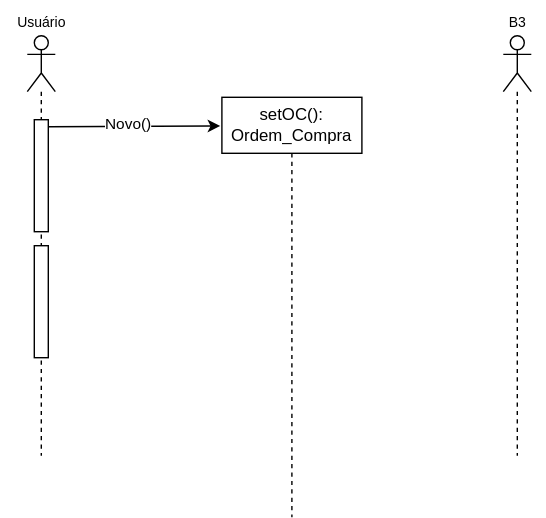
Above: CSCaso5.drawio.svg in JesCat16/Projeto01_Modelagem_De_Software (draw.io), before the change. Source tidied: cells renumbered, new cells last; positions are measured from the earlier drawing's top-left corner, leaving out a move shared by most shapes.
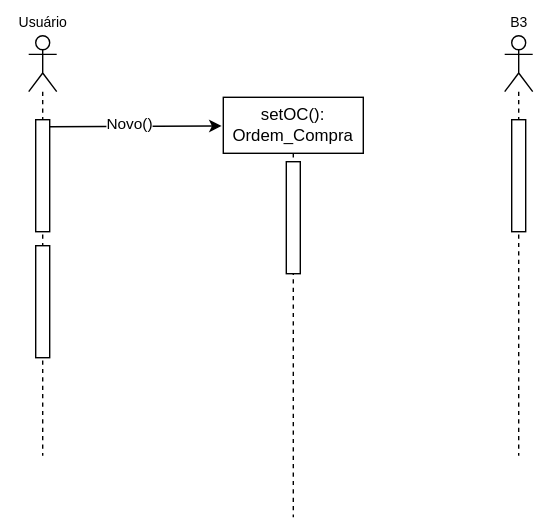
Above is the later version.

The edit, as a diff of the source:
```diff
@@ -24,9 +24,15 @@
     <mxCell id="7" value="setOC():&lt;div&gt;Ordem_Compra&lt;/div&gt;" style="shape=umlLifeline;perimeter=lifelinePerimeter;whiteSpace=wrap;html=1;newEdgeStyle={&quot;curved&quot;:0,&quot;rounded&quot;:0};" parent="1" vertex="1">
       <mxGeometry x="159" y="69" width="100" height="300" as="geometry" />
     </mxCell>
+    <mxCell id="11" style="html=1;perimeter=orthogonalPerimeter;targetShapes=umlLifeline;newEdgeStyle={&quot;curved&quot;:0,&quot;rounded&quot;:0};" parent="7" vertex="1">
+      <mxGeometry x="45" y="46" width="10" height="80" as="geometry" />
+    </mxCell>
     <mxCell id="8" style="shape=umlLifeline;perimeter=lifelinePerimeter;whiteSpace=wrap;html=1;newEdgeStyle={&quot;curved&quot;:0,&quot;rounded&quot;:0};participant=umlActor;" parent="1" vertex="1">
       <mxGeometry x="360" y="25" width="20" height="300" as="geometry" />
     </mxCell>
+    <mxCell id="12" style="html=1;perimeter=orthogonalPerimeter;targetShapes=umlLifeline;newEdgeStyle={&quot;curved&quot;:0,&quot;rounded&quot;:0};" parent="8" vertex="1">
+      <mxGeometry x="5" y="60" width="10" height="80" as="geometry" />
+    </mxCell>
     <mxCell id="9" value="Usuário" style="text;html=1;align=center;verticalAlign=middle;strokeColor=none;fillColor=none;fontSize=10;" parent="1" vertex="1">
       <mxGeometry width="60" height="30" as="geometry" />
     </mxCell>
```
